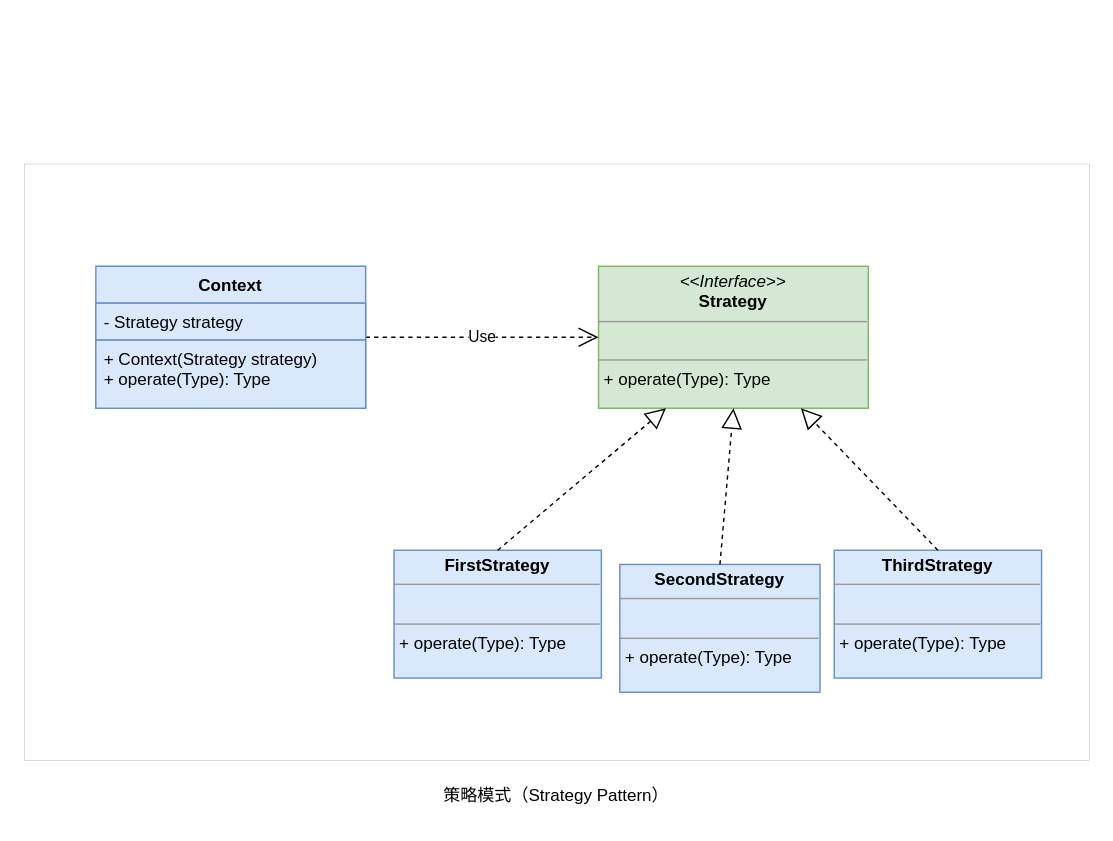
This is drawio/设计模式/策略模式.drawio from hezhuma/image-repo, a draw.io file, before an edit. Source tidied: cells renumbered, new cells numbered last; positions are measured from the earlier drawing's top-left corner, leaving out a move shared by most shapes. Both pictures are drawn from the tidied source at 142%, with x=0, y=0 at pixel (24, 163).
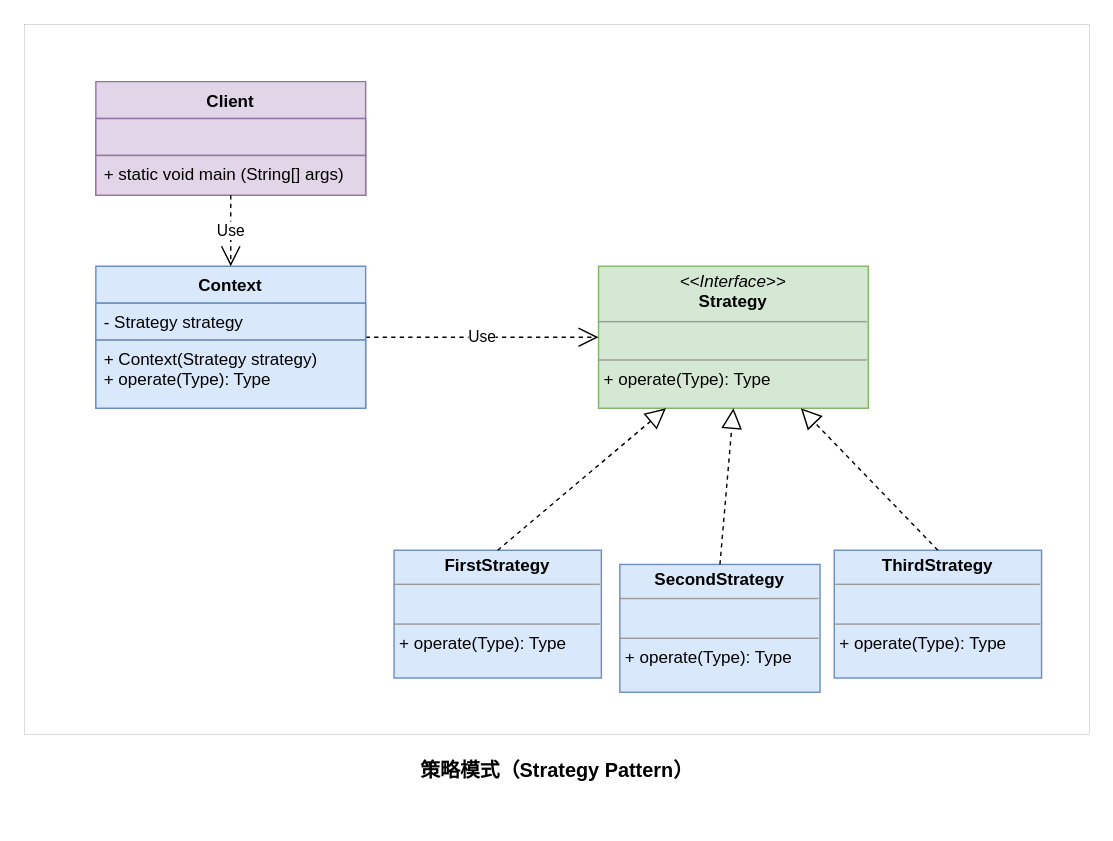
After the change.

Diff of the diagram source:
```diff
@@
 <mxGraphModel>
   <root>
     <mxCell id="0" />
     <mxCell id="1" parent="0" />
     <mxCell id="2" style="rounded=0;whiteSpace=wrap;html=1;strokeWidth=0;" parent="1" vertex="1">
-      <mxGeometry width="750" height="420" as="geometry" />
+      <mxGeometry y="-98" width="750" height="500" as="geometry" />
     </mxCell>
     <mxCell id="3" value="&lt;p style=&quot;margin: 0px ; margin-top: 4px ; text-align: center&quot;&gt;&lt;i&gt;&amp;lt;&amp;lt;Interface&amp;gt;&amp;gt;&lt;/i&gt;&lt;br&gt;&lt;span style=&quot;font-weight: 700&quot;&gt;Strategy&lt;/span&gt;&lt;br&gt;&lt;/p&gt;&lt;hr size=&quot;1&quot;&gt;&lt;p style=&quot;margin: 0px ; margin-left: 4px&quot;&gt;&lt;br&gt;&lt;/p&gt;&lt;hr size=&quot;1&quot;&gt;&lt;p style=&quot;margin: 0px ; margin-left: 4px&quot;&gt;+ operate(Type): Type&lt;br&gt;&lt;/p&gt;" style="verticalAlign=top;align=left;overflow=fill;fontSize=12;fontFamily=Helvetica;html=1;fillColor=#d5e8d4;strokeColor=#82b366;" parent="1" vertex="1">
       <mxGeometry x="404" y="72" width="190" height="100" as="geometry" />
     </mxCell>
     <mxCell id="4" value="&lt;p style=&quot;margin: 0px ; margin-top: 4px ; text-align: center&quot;&gt;&lt;b&gt;FirstStrategy&lt;/b&gt;&lt;/p&gt;&lt;hr size=&quot;1&quot;&gt;&lt;p style=&quot;margin: 0px ; margin-left: 4px&quot;&gt;&lt;br&gt;&lt;/p&gt;&lt;hr size=&quot;1&quot;&gt;&lt;p style=&quot;margin: 0px ; margin-left: 4px&quot;&gt;+ operate(Type): Type&lt;br&gt;&lt;/p&gt;" style="verticalAlign=top;align=left;overflow=fill;fontSize=12;fontFamily=Helvetica;html=1;fillColor=#dae8fc;strokeColor=#6c8ebf;" parent="1" vertex="1">
       <mxGeometry x="260" y="272" width="146" height="90" as="geometry" />
     </mxCell>
     <mxCell id="5" style="endArrow=block;dashed=1;endFill=0;endSize=12;html=1;rounded=0;exitX=0.5;exitY=0;exitDx=0;exitDy=0;entryX=0.25;entryY=1;entryDx=0;entryDy=0;" parent="1" edge="1" source="4" target="3">
       <mxGeometry relative="1" as="geometry" />
     </mxCell>
     <mxCell id="6" value="&lt;p style=&quot;margin: 0px ; margin-top: 4px ; text-align: center&quot;&gt;&lt;b&gt;SecondStrategy&lt;/b&gt;&lt;/p&gt;&lt;hr size=&quot;1&quot;&gt;&lt;p style=&quot;margin: 0px ; margin-left: 4px&quot;&gt;&lt;br&gt;&lt;/p&gt;&lt;hr size=&quot;1&quot;&gt;&lt;p style=&quot;margin: 0px ; margin-left: 4px&quot;&gt;+ operate(Type): Type&lt;br&gt;&lt;/p&gt;" style="verticalAlign=top;align=left;overflow=fill;fontSize=12;fontFamily=Helvetica;html=1;fillColor=#dae8fc;strokeColor=#6c8ebf;" parent="1" vertex="1">
       <mxGeometry x="419" y="282" width="141" height="90" as="geometry" />
     </mxCell>
     <mxCell id="7" style="endArrow=block;dashed=1;endFill=0;endSize=12;html=1;rounded=0;entryX=0.5;entryY=1;entryDx=0;entryDy=0;exitX=0.5;exitY=0;exitDx=0;exitDy=0;" parent="1" edge="1" source="6" target="3">
       <mxGeometry relative="1" as="geometry" />
     </mxCell>
     <mxCell id="8" value="&lt;p style=&quot;margin: 0px ; margin-top: 4px ; text-align: center&quot;&gt;&lt;b&gt;ThirdStrategy&lt;/b&gt;&lt;/p&gt;&lt;hr size=&quot;1&quot;&gt;&lt;p style=&quot;margin: 0px ; margin-left: 4px&quot;&gt;&lt;br&gt;&lt;/p&gt;&lt;hr size=&quot;1&quot;&gt;&lt;p style=&quot;margin: 0px ; margin-left: 4px&quot;&gt;+ operate(Type): Type&lt;br&gt;&lt;/p&gt;" style="verticalAlign=top;align=left;overflow=fill;fontSize=12;fontFamily=Helvetica;html=1;fillColor=#dae8fc;strokeColor=#6c8ebf;" parent="1" vertex="1">
       <mxGeometry x="570" y="272" width="146" height="90" as="geometry" />
     </mxCell>
     <mxCell id="9" style="endArrow=block;dashed=1;endFill=0;endSize=12;html=1;rounded=0;entryX=0.75;entryY=1;entryDx=0;entryDy=0;exitX=0.5;exitY=0;exitDx=0;exitDy=0;" parent="1" edge="1" source="8" target="3">
       <mxGeometry relative="1" as="geometry" />
     </mxCell>
     <mxCell id="10" value="Use" style="endArrow=open;endSize=12;dashed=1;html=1;rounded=0;entryX=0;entryY=0.5;entryDx=0;entryDy=0;exitX=1;exitY=0.5;exitDx=0;exitDy=0;" parent="1" edge="1" source="11" target="3">
       <mxGeometry relative="1" as="geometry" />
     </mxCell>
     <mxCell id="11" value="Context" style="swimlane;fontStyle=1;align=center;verticalAlign=top;horizontal=1;startSize=26;fillColor=#dae8fc;strokeColor=#6c8ebf;" parent="1" vertex="1">
       <mxGeometry x="50" y="72" width="190" height="100" as="geometry" />
     </mxCell>
     <mxCell id="12" value="- Strategy strategy" style="text;strokeColor=#6c8ebf;fillColor=#dae8fc;align=left;verticalAlign=top;spacingLeft=4;spacingRight=4;overflow=hidden;" parent="11" vertex="1">
       <mxGeometry y="26" width="190" height="26" as="geometry" />
     </mxCell>
     <mxCell id="13" value="+ Context(Strategy strategy)&#10;+ operate(Type): Type&#10;" style="text;strokeColor=#6c8ebf;fillColor=#dae8fc;align=left;verticalAlign=top;spacingLeft=4;spacingRight=4;overflow=hidden;" parent="11" vertex="1">
       <mxGeometry y="52" width="190" height="48" as="geometry" />
     </mxCell>
-    <mxCell id="14" value="策略模式（Strategy Pattern）" style="text;html=1;strokeColor=none;fillColor=none;align=center;verticalAlign=middle;whiteSpace=wrap;rounded=0;" parent="1" vertex="1">
-      <mxGeometry x="291" y="430" width="167" height="30" as="geometry" />
+    <mxCell id="14" value="&lt;b&gt;&lt;font style=&quot;font-size: 14px&quot;&gt;策略模式（Strategy Pattern）&lt;/font&gt;&lt;/b&gt;" style="text;html=1;strokeColor=none;fillColor=none;align=center;verticalAlign=middle;whiteSpace=wrap;rounded=0;" parent="1" vertex="1">
+      <mxGeometry x="255" y="412" width="240" height="30" as="geometry" />
     </mxCell>
+    <mxCell id="15" value="Client" style="swimlane;fontStyle=1;align=center;verticalAlign=top;horizontal=1;startSize=26;fillColor=#e1d5e7;strokeColor=#9673a6;" parent="1" vertex="1">
+      <mxGeometry x="50" y="-58" width="190" height="80" as="geometry" />
+    </mxCell>
+    <mxCell id="16" style="text;strokeColor=#9673a6;fillColor=#e1d5e7;align=left;verticalAlign=top;spacingLeft=4;spacingRight=4;overflow=hidden;" parent="15" vertex="1">
+      <mxGeometry y="26" width="190" height="26" as="geometry" />
+    </mxCell>
+    <mxCell id="17" value="+ static void main (String[] args)&#10;" style="text;strokeColor=#9673a6;fillColor=#e1d5e7;align=left;verticalAlign=top;spacingLeft=4;spacingRight=4;overflow=hidden;" parent="15" vertex="1">
+      <mxGeometry y="52" width="190" height="28" as="geometry" />
+    </mxCell>
+    <mxCell id="18" value="Use" style="endArrow=open;endSize=12;dashed=1;html=1;rounded=0;exitX=0.5;exitY=1;exitDx=0;exitDy=0;entryX=0.5;entryY=0;entryDx=0;entryDy=0;" parent="1" edge="1" source="15" target="11">
+      <mxGeometry relative="1" as="geometry" />
+    </mxCell>
   </root>
 </mxGraphModel>
```
